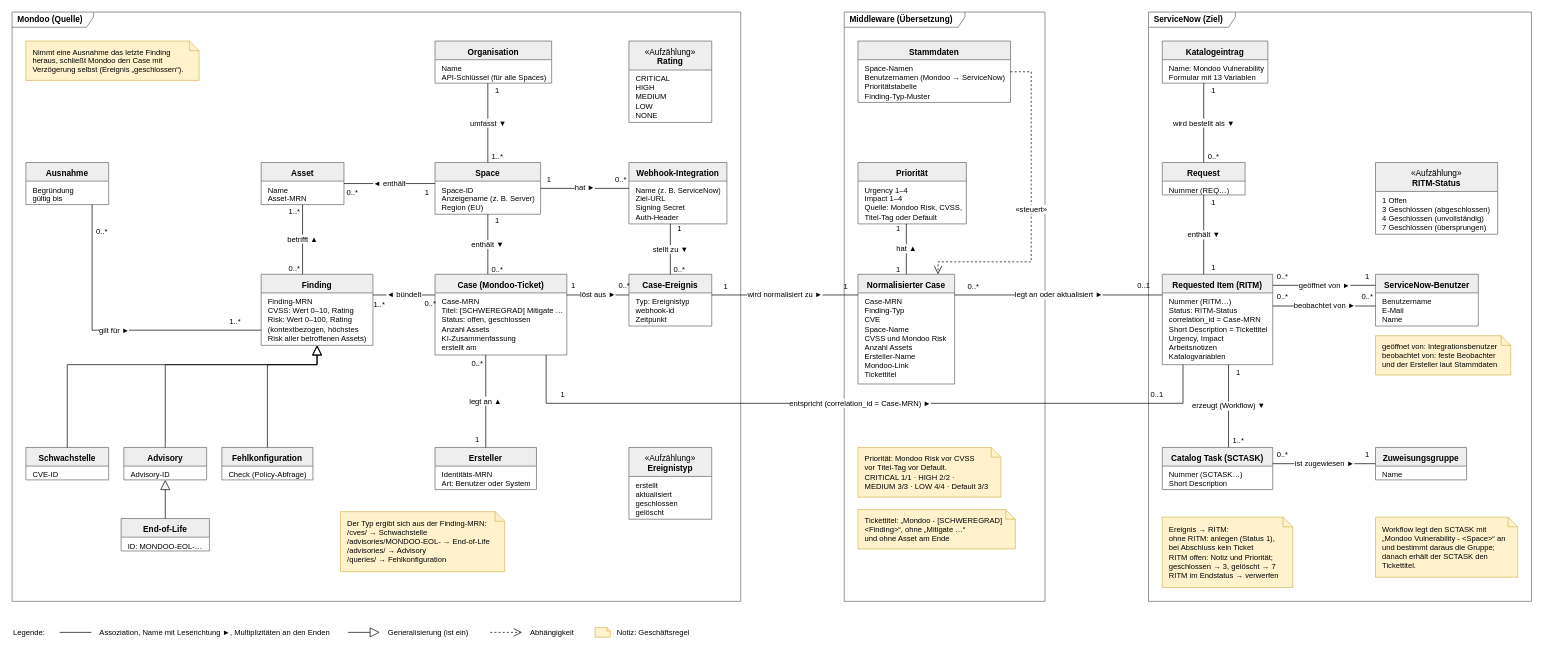
MarDolli09/mondoo_webhook keeps this draw.io diagram as docs/domain-model.drawio. Above is the earlier version. Source tidied: cells renumbered, new cells numbered last; positions are measured from the earlier drawing's top-left corner, leaving out a move shared by most shapes. Both pictures are drawn from the tidied source at 69%, with x=0, y=0 at pixel (12, 12).
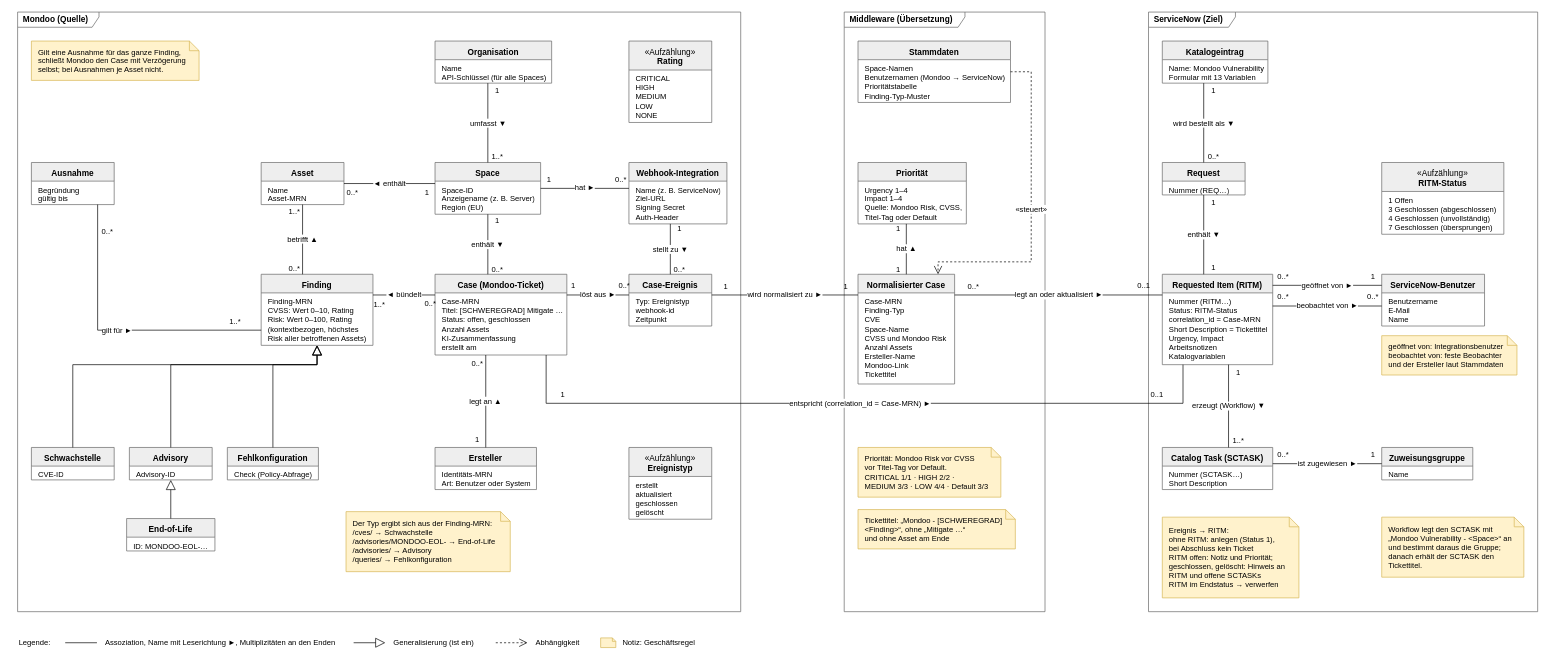
After the change.

Unchanged cells that the change refers to:
```xml
<mxCell id="11" value="&lt;b&gt;Finding&lt;/b&gt;" style="swimlane;fontStyle=0;align=center;verticalAlign=top;horizontal=1;startSize=27;html=1;whiteSpace=wrap;fillColor=#EEEEEE;swimlaneFillColor=#FFFFFF;strokeColor=#666666;fontSize=12;fontColor=#000000;spacingTop=2;" parent="1" vertex="1">
  <mxGeometry x="361" y="380" width="162" height="103" as="geometry" />
</mxCell>
```

What changed in the source:
```diff
@@
     <mxCell id="2" value="Mondoo (Quelle)" style="shape=umlFrame;whiteSpace=wrap;html=1;width=118;height=22;fillColor=none;strokeColor=#666666;fontStyle=1;fontSize=12;align=left;spacingLeft=6;" parent="1" vertex="1">
-      <mxGeometry width="1056" height="854" as="geometry" />
+      <mxGeometry x="8" width="1048" height="869" as="geometry" />
     </mxCell>
     <mxCell id="3" value="Middleware (Übersetzung)" style="shape=umlFrame;whiteSpace=wrap;html=1;width=175;height=22;fillColor=none;strokeColor=#666666;fontStyle=1;fontSize=12;align=left;spacingLeft=6;" parent="1" vertex="1">
-      <mxGeometry x="1206" width="291" height="854" as="geometry" />
+      <mxGeometry x="1206" width="291" height="869" as="geometry" />
     </mxCell>
     <mxCell id="4" value="ServiceNow (Ziel)" style="shape=umlFrame;whiteSpace=wrap;html=1;width=126;height=22;fillColor=none;strokeColor=#666666;fontStyle=1;fontSize=12;align=left;spacingLeft=6;" parent="1" vertex="1">
-      <mxGeometry x="1647" width="555" height="854" as="geometry" />
+      <mxGeometry x="1647" width="564" height="869" as="geometry" />
     </mxCell>
@@
     <mxCell id="13" value="&lt;b&gt;Schwachstelle&lt;/b&gt;" style="swimlane;fontStyle=0;align=center;verticalAlign=top;horizontal=1;startSize=27;html=1;whiteSpace=wrap;fillColor=#EEEEEE;swimlaneFillColor=#FFFFFF;strokeColor=#666666;fontSize=12;fontColor=#000000;spacingTop=2;" parent="1" vertex="1">
-      <mxGeometry x="20" y="631" width="120" height="47" as="geometry" />
+      <mxGeometry x="28" y="631" width="120" height="47" as="geometry" />
     </mxCell>
@@
     <mxCell id="15" value="&lt;b&gt;Advisory&lt;/b&gt;" style="swimlane;fontStyle=0;align=center;verticalAlign=top;horizontal=1;startSize=27;html=1;whiteSpace=wrap;fillColor=#EEEEEE;swimlaneFillColor=#FFFFFF;strokeColor=#666666;fontSize=12;fontColor=#000000;spacingTop=2;" parent="1" vertex="1">
-      <mxGeometry x="162" y="631" width="120" height="47" as="geometry" />
+      <mxGeometry x="170" y="631" width="120" height="47" as="geometry" />
     </mxCell>
@@
     <mxCell id="17" value="&lt;b&gt;End-of-Life&lt;/b&gt;" style="swimlane;fontStyle=0;align=center;verticalAlign=top;horizontal=1;startSize=27;html=1;whiteSpace=wrap;fillColor=#EEEEEE;swimlaneFillColor=#FFFFFF;strokeColor=#666666;fontSize=12;fontColor=#000000;spacingTop=2;" parent="1" vertex="1">
-      <mxGeometry x="158" y="734" width="128" height="47" as="geometry" />
+      <mxGeometry x="166" y="734" width="128" height="47" as="geometry" />
     </mxCell>
@@
     <mxCell id="19" value="&lt;b&gt;Fehlkonfiguration&lt;/b&gt;" style="swimlane;fontStyle=0;align=center;verticalAlign=top;horizontal=1;startSize=27;html=1;whiteSpace=wrap;fillColor=#EEEEEE;swimlaneFillColor=#FFFFFF;strokeColor=#666666;fontSize=12;fontColor=#000000;spacingTop=2;" parent="1" vertex="1">
-      <mxGeometry x="304" y="631" width="132" height="47" as="geometry" />
+      <mxGeometry x="312" y="631" width="132" height="47" as="geometry" />
     </mxCell>
@@
     <mxCell id="21" value="&lt;b&gt;Ausnahme&lt;/b&gt;" style="swimlane;fontStyle=0;align=center;verticalAlign=top;horizontal=1;startSize=27;html=1;whiteSpace=wrap;fillColor=#EEEEEE;swimlaneFillColor=#FFFFFF;strokeColor=#666666;fontSize=12;fontColor=#000000;spacingTop=2;" parent="1" vertex="1">
-      <mxGeometry x="20" y="218" width="120" height="61" as="geometry" />
+      <mxGeometry x="28" y="218" width="120" height="61" as="geometry" />
     </mxCell>
@@
     <mxCell id="49" value="&lt;b&gt;Zuweisungsgruppe&lt;/b&gt;" style="swimlane;fontStyle=0;align=center;verticalAlign=top;horizontal=1;startSize=27;html=1;whiteSpace=wrap;fillColor=#EEEEEE;swimlaneFillColor=#FFFFFF;strokeColor=#666666;fontSize=12;fontColor=#000000;spacingTop=2;" parent="1" vertex="1">
-      <mxGeometry x="1976" y="631" width="132" height="47" as="geometry" />
+      <mxGeometry x="1985" y="631" width="132" height="47" as="geometry" />
     </mxCell>
@@
     <mxCell id="51" value="&lt;b&gt;ServiceNow-Benutzer&lt;/b&gt;" style="swimlane;fontStyle=0;align=center;verticalAlign=top;horizontal=1;startSize=27;html=1;whiteSpace=wrap;fillColor=#EEEEEE;swimlaneFillColor=#FFFFFF;strokeColor=#666666;fontSize=12;fontColor=#000000;spacingTop=2;" parent="1" vertex="1">
-      <mxGeometry x="1976" y="380" width="149" height="75" as="geometry" />
+      <mxGeometry x="1985" y="380" width="149" height="75" as="geometry" />
     </mxCell>
@@
     <mxCell id="53" value="«Aufzählung»&lt;br&gt;&lt;b&gt;RITM-Status&lt;/b&gt;" style="swimlane;fontStyle=0;align=center;verticalAlign=top;horizontal=1;startSize=42;html=1;whiteSpace=wrap;fillColor=#EEEEEE;swimlaneFillColor=#FFFFFF;strokeColor=#666666;fontSize=12;fontColor=#000000;spacingTop=2;" parent="1" vertex="1">
-      <mxGeometry x="1976" y="218" width="177" height="104" as="geometry" />
+      <mxGeometry x="1985" y="218" width="177" height="104" as="geometry" />
     </mxCell>
@@
     <mxCell id="73" value="gilt für ►" style="endArrow=none;html=1;rounded=0;edgeStyle=orthogonalEdgeStyle;strokeColor=#000000;fontColor=#000000;fontSize=11;labelBackgroundColor=#FFFFFF;exitX=0.8000;exitY=1.0000;exitDx=0;exitDy=0;entryX=0.0000;entryY=0.7864;entryDx=0;entryDy=0;" parent="1" edge="1" source="21" target="11">
       <mxGeometry relative="1" as="geometry">
         <Array as="points">
-          <mxPoint x="116" y="461" />
+          <mxPoint x="124" y="461" />
         </Array>
       </mxGeometry>
     </mxCell>
@@
     <mxCell id="85" style="endArrow=block;endFill=0;endSize=12;html=1;rounded=0;edgeStyle=orthogonalEdgeStyle;strokeColor=#000000;fontColor=#000000;fontSize=11;labelBackgroundColor=#FFFFFF;exitX=0.5000;exitY=0.0000;exitDx=0;exitDy=0;entryX=0.5000;entryY=1.0000;entryDx=0;entryDy=0;" parent="1" edge="1" source="13" target="11">
       <mxGeometry relative="1" as="geometry">
         <Array as="points">
-          <mxPoint x="80" y="511" />
+          <mxPoint x="88" y="511" />
           <mxPoint x="442" y="511" />
         </Array>
       </mxGeometry>
     </mxCell>
     <mxCell id="86" style="endArrow=block;endFill=0;endSize=12;html=1;rounded=0;edgeStyle=orthogonalEdgeStyle;strokeColor=#000000;fontColor=#000000;fontSize=11;labelBackgroundColor=#FFFFFF;exitX=0.5000;exitY=0.0000;exitDx=0;exitDy=0;entryX=0.5000;entryY=1.0000;entryDx=0;entryDy=0;" parent="1" edge="1" source="15" target="11">
       <mxGeometry relative="1" as="geometry">
         <Array as="points">
-          <mxPoint x="222" y="511" />
+          <mxPoint x="230" y="511" />
           <mxPoint x="442" y="511" />
         </Array>
       </mxGeometry>
     </mxCell>
     <mxCell id="87" style="endArrow=block;endFill=0;endSize=12;html=1;rounded=0;edgeStyle=orthogonalEdgeStyle;strokeColor=#000000;fontColor=#000000;fontSize=11;labelBackgroundColor=#FFFFFF;exitX=0.5000;exitY=0.0000;exitDx=0;exitDy=0;entryX=0.5000;entryY=1.0000;entryDx=0;entryDy=0;" parent="1" edge="1" source="19" target="11">
       <mxGeometry relative="1" as="geometry">
         <Array as="points">
-          <mxPoint x="370" y="511" />
+          <mxPoint x="378" y="511" />
           <mxPoint x="442" y="511" />
         </Array>
       </mxGeometry>
     </mxCell>
@@
-    <mxCell id="120" value="Nimmt eine Ausnahme das letzte Finding&lt;br&gt;heraus, schließt Mondoo den Case mit&lt;br&gt;Verzögerung selbst (Ereignis „geschlossen“)." style="shape=note;whiteSpace=wrap;html=1;size=14;fillColor=#FFF2CC;strokeColor=#D6B656;align=left;verticalAlign=middle;spacingLeft=8;fontSize=11;fontColor=#000000;" parent="1" vertex="1">
-      <mxGeometry x="20" y="42" width="251" height="57" as="geometry" />
+    <mxCell id="120" value="Gilt eine Ausnahme für das ganze Finding,&lt;br&gt;schließt Mondoo den Case mit Verzögerung&lt;br&gt;selbst; bei Ausnahmen je Asset nicht." style="shape=note;whiteSpace=wrap;html=1;size=14;fillColor=#FFF2CC;strokeColor=#D6B656;align=left;verticalAlign=middle;spacingLeft=8;fontSize=11;fontColor=#000000;" parent="1" vertex="1">
+      <mxGeometry x="28" y="42" width="243" height="57" as="geometry" />
     </mxCell>
     <mxCell id="121" value="Der Typ ergibt sich aus der Finding-MRN:&lt;br&gt;/cves/ → Schwachstelle&lt;br&gt;/advisories/MONDOO-EOL- → End-of-Life&lt;br&gt;/advisories/ → Advisory&lt;br&gt;/queries/ → Fehlkonfiguration" style="shape=note;whiteSpace=wrap;html=1;size=14;fillColor=#FFF2CC;strokeColor=#D6B656;align=left;verticalAlign=middle;spacingLeft=8;fontSize=11;fontColor=#000000;" parent="1" vertex="1">
-      <mxGeometry x="476" y="724" width="238" height="87" as="geometry" />
+      <mxGeometry x="484" y="724" width="238" height="87" as="geometry" />
     </mxCell>
@@
-    <mxCell id="124" value="Ereignis → RITM:&lt;br&gt;ohne RITM: anlegen (Status 1),&lt;br&gt;bei Abschluss kein Ticket&lt;br&gt;RITM offen: Notiz und Priorität;&lt;br&gt;geschlossen → 3, gelöscht → 7&lt;br&gt;RITM im Endstatus → verwerfen" style="shape=note;whiteSpace=wrap;html=1;size=14;fillColor=#FFF2CC;strokeColor=#D6B656;align=left;verticalAlign=middle;spacingLeft=8;fontSize=11;fontColor=#000000;" parent="1" vertex="1">
-      <mxGeometry x="1667" y="732" width="189" height="102" as="geometry" />
+    <mxCell id="124" value="Ereignis → RITM:&lt;br&gt;ohne RITM: anlegen (Status 1),&lt;br&gt;bei Abschluss kein Ticket&lt;br&gt;RITM offen: Notiz und Priorität;&lt;br&gt;geschlossen, gelöscht: Hinweis an&lt;br&gt;RITM und offene SCTASKs&lt;br&gt;RITM im Endstatus → verwerfen" style="shape=note;whiteSpace=wrap;html=1;size=14;fillColor=#FFF2CC;strokeColor=#D6B656;align=left;verticalAlign=middle;spacingLeft=8;fontSize=11;fontColor=#000000;" parent="1" vertex="1">
+      <mxGeometry x="1667" y="732" width="198" height="117" as="geometry" />
     </mxCell>
     <mxCell id="125" value="Workflow legt den SCTASK mit&lt;br&gt;„Mondoo Vulnerability - &amp;lt;Space&amp;gt;“ an&lt;br&gt;und bestimmt daraus die Gruppe;&lt;br&gt;danach erhält der SCTASK den&lt;br&gt;Tickettitel." style="shape=note;whiteSpace=wrap;html=1;size=14;fillColor=#FFF2CC;strokeColor=#D6B656;align=left;verticalAlign=middle;spacingLeft=8;fontSize=11;fontColor=#000000;" parent="1" vertex="1">
-      <mxGeometry x="1976" y="732" width="206" height="87" as="geometry" />
+      <mxGeometry x="1985" y="732" width="206" height="87" as="geometry" />
     </mxCell>
     <mxCell id="126" value="geöffnet von: Integrationsbenutzer&lt;br&gt;beobachtet von: feste Beobachter&lt;br&gt;und der Ersteller laut Stammdaten" style="shape=note;whiteSpace=wrap;html=1;size=14;fillColor=#FFF2CC;strokeColor=#D6B656;align=left;verticalAlign=middle;spacingLeft=8;fontSize=11;fontColor=#000000;" parent="1" vertex="1">
-      <mxGeometry x="1976" y="469" width="196" height="57" as="geometry" />
+      <mxGeometry x="1985" y="469" width="196" height="57" as="geometry" />
     </mxCell>
     <mxCell id="127" value="Legende:" style="text;html=1;align=left;verticalAlign=middle;fontSize=11;fontColor=#000000;" parent="1" vertex="1">
-      <mxGeometry y="890" width="57" height="18" as="geometry" />
+      <mxGeometry x="8" y="905" width="57" height="18" as="geometry" />
     </mxCell>
     <mxCell id="128" style="endArrow=none;html=1;rounded=0;strokeColor=#000000;" parent="1" edge="1">
       <mxGeometry relative="1" as="geometry">
-        <mxPoint x="69" y="899" as="sourcePoint" />
-        <mxPoint x="115" y="899" as="targetPoint" />
+        <mxPoint x="77" y="914" as="sourcePoint" />
+        <mxPoint x="123" y="914" as="targetPoint" />
       </mxGeometry>
     </mxCell>
     <mxCell id="129" value="Assoziation, Name mit Leserichtung ►, Multiplizitäten an den Enden" style="text;html=1;align=left;verticalAlign=middle;fontSize=11;fontColor=#000000;" parent="1" vertex="1">
-      <mxGeometry x="125" y="890" width="340" height="18" as="geometry" />
+      <mxGeometry x="133" y="905" width="340" height="18" as="geometry" />
     </mxCell>
     <mxCell id="130" style="endArrow=block;endFill=0;endSize=12;html=1;rounded=0;strokeColor=#000000;" parent="1" edge="1">
       <mxGeometry relative="1" as="geometry">
-        <mxPoint x="487" y="899" as="sourcePoint" />
-        <mxPoint x="533" y="899" as="targetPoint" />
+        <mxPoint x="495" y="914" as="sourcePoint" />
+        <mxPoint x="541" y="914" as="targetPoint" />
       </mxGeometry>
     </mxCell>
     <mxCell id="131" value="Generalisierung (ist ein)" style="text;html=1;align=left;verticalAlign=middle;fontSize=11;fontColor=#000000;" parent="1" vertex="1">
-      <mxGeometry x="543" y="890" width="128" height="18" as="geometry" />
+      <mxGeometry x="551" y="905" width="128" height="18" as="geometry" />
     </mxCell>
     <mxCell id="132" style="endArrow=open;endSize=10;dashed=1;html=1;rounded=0;strokeColor=#000000;" parent="1" edge="1">
       <mxGeometry relative="1" as="geometry">
-        <mxPoint x="693" y="899" as="sourcePoint" />
-        <mxPoint x="739" y="899" as="targetPoint" />
+        <mxPoint x="701" y="914" as="sourcePoint" />
+        <mxPoint x="747" y="914" as="targetPoint" />
       </mxGeometry>
     </mxCell>
     <mxCell id="133" value="Abhängigkeit" style="text;html=1;align=left;verticalAlign=middle;fontSize=11;fontColor=#000000;" parent="1" vertex="1">
-      <mxGeometry x="749" y="890" width="74" height="18" as="geometry" />
+      <mxGeometry x="757" y="905" width="74" height="18" as="geometry" />
     </mxCell>
     <mxCell id="134" style="shape=note;html=1;size=5;fillColor=#FFF2CC;strokeColor=#D6B656;" parent="1" vertex="1">
-      <mxGeometry x="845" y="892" width="22" height="14" as="geometry" />
+      <mxGeometry x="853" y="907" width="22" height="14" as="geometry" />
     </mxCell>
     <mxCell id="135" value="Notiz: Geschäftsregel" style="text;html=1;align=left;verticalAlign=middle;fontSize=11;fontColor=#000000;" parent="1" vertex="1">
-      <mxGeometry x="875" y="890" width="118" height="18" as="geometry" />
+      <mxGeometry x="883" y="905" width="118" height="18" as="geometry" />
     </mxCell>
```
